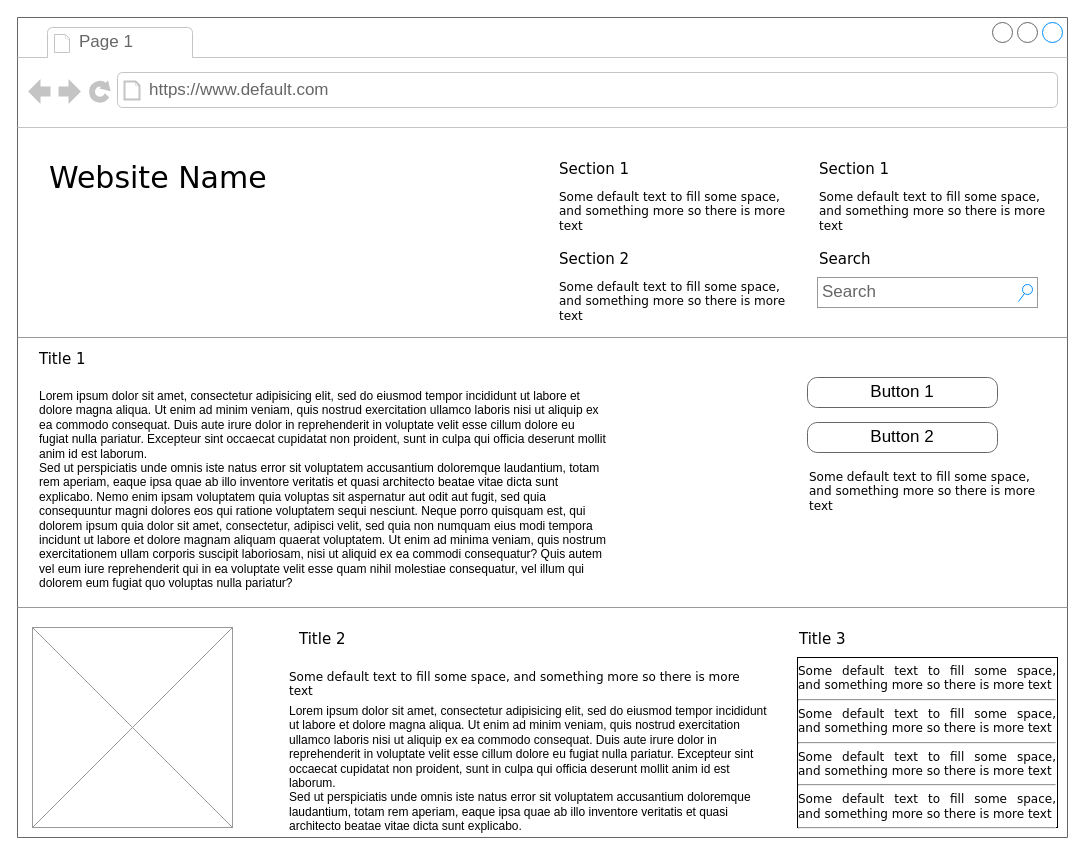
Earlier version of the draw.io diagram page "Page-1" (1 of 2) of mockups/Untitled Diagram.drawio (bounswe/bounswe2023group2). Source tidied: cells renumbered, new cells numbered last; positions are measured from the earlier drawing's top-left corner, leaving out a move shared by most shapes. Both pictures are drawn from the tidied source at 100%, with x=0, y=0 at pixel (17, 17).
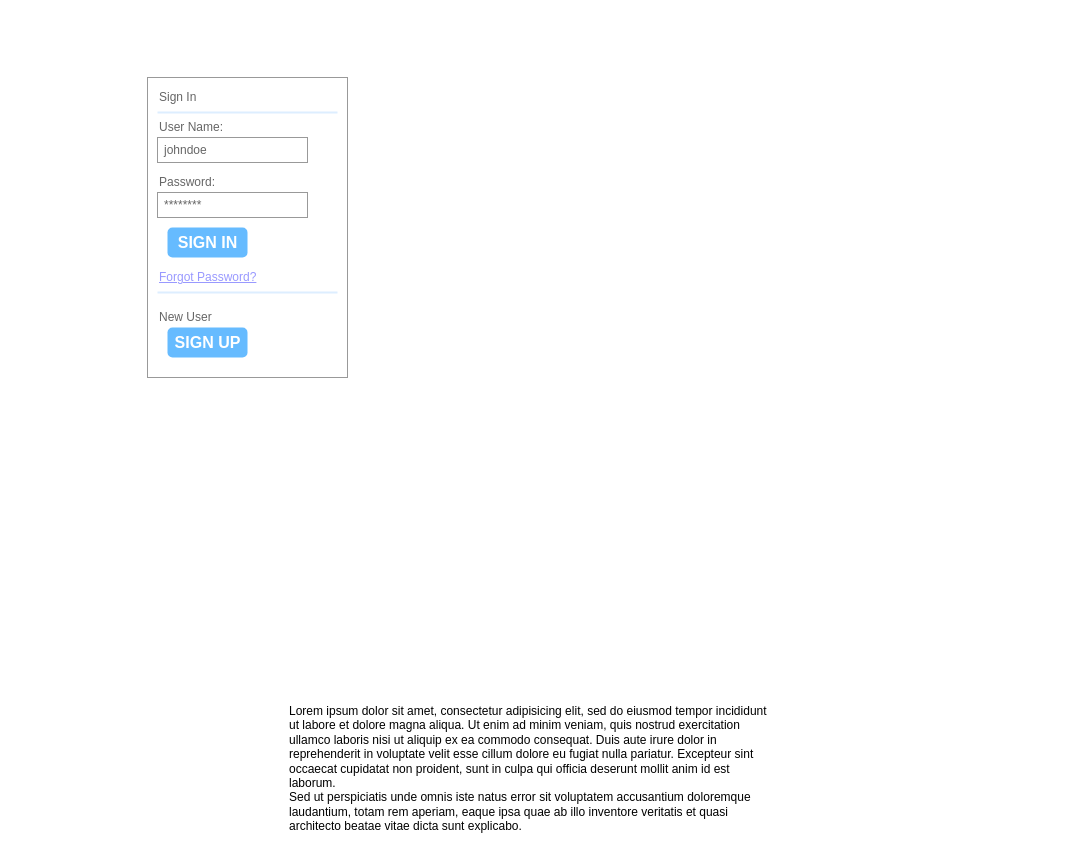
The same diagram, later.

The edit, as a diff of the source:
```diff
@@
-    <mxCell id="2" style="strokeWidth=1;shadow=0;dashed=0;align=center;html=1;shape=mxgraph.mockup.containers.browserWindow;rSize=0;strokeColor=#666666;mainText=,;rounded=0;labelBackgroundColor=none;fontFamily=Verdana;fontSize=12;" parent="1" vertex="1">
-      <mxGeometry width="1050" height="820" as="geometry" />
-    </mxCell>
-    <mxCell id="3" value="Page 1" style="strokeWidth=1;shadow=0;dashed=0;align=center;html=1;shape=mxgraph.mockup.containers.anchor;fontSize=17;fontColor=#666666;align=left;" parent="2" vertex="1">
-      <mxGeometry x="60" y="12" width="110" height="26" as="geometry" />
-    </mxCell>
-    <mxCell id="4" value="https://www.default.com" style="strokeWidth=1;shadow=0;dashed=0;align=center;html=1;shape=mxgraph.mockup.containers.anchor;rSize=0;fontSize=17;fontColor=#666666;align=left;" parent="2" vertex="1">
-      <mxGeometry x="130" y="60" width="250" height="26" as="geometry" />
-    </mxCell>
-    <mxCell id="5" value="Website Name" style="text;html=1;align=left;verticalAlign=top;spacingTop=-4;fontSize=30;fontFamily=Verdana;" parent="2" vertex="1">
-      <mxGeometry x="30" y="140" width="340" height="50" as="geometry" />
-    </mxCell>
-    <mxCell id="6" value="Section 1" style="text;html=1;align=left;verticalAlign=top;spacingTop=-4;fontSize=15;fontFamily=Verdana;" parent="2" vertex="1">
-      <mxGeometry x="540" y="140" width="170" height="30" as="geometry" />
-    </mxCell>
-    <mxCell id="7" value="Some default text to fill some space, and&amp;nbsp;&lt;span&gt;something more so there is more text&lt;/span&gt;" style="text;html=1;align=left;verticalAlign=top;spacingTop=-4;fontSize=12;fontFamily=Verdana;whiteSpace=wrap;" parent="2" vertex="1">
-      <mxGeometry x="540" y="170" width="240" height="40" as="geometry" />
-    </mxCell>
-    <mxCell id="8" value="Section 2" style="text;html=1;align=left;verticalAlign=top;spacingTop=-4;fontSize=15;fontFamily=Verdana;" parent="2" vertex="1">
-      <mxGeometry x="540" y="230" width="170" height="30" as="geometry" />
-    </mxCell>
-    <mxCell id="9" value="Some default text to fill some space, and&amp;nbsp;&lt;span&gt;something more so there is more text&lt;/span&gt;" style="text;html=1;align=left;verticalAlign=top;spacingTop=-4;fontSize=12;fontFamily=Verdana;whiteSpace=wrap;" parent="2" vertex="1">
-      <mxGeometry x="540" y="260" width="240" height="40" as="geometry" />
-    </mxCell>
-    <mxCell id="10" value="Section 1" style="text;html=1;align=left;verticalAlign=top;spacingTop=-4;fontSize=15;fontFamily=Verdana;" parent="2" vertex="1">
-      <mxGeometry x="800" y="140" width="170" height="30" as="geometry" />
-    </mxCell>
-    <mxCell id="11" value="Some default text to fill some space, and&amp;nbsp;&lt;span&gt;something more so there is more text&lt;/span&gt;" style="text;html=1;align=left;verticalAlign=top;spacingTop=-4;fontSize=12;fontFamily=Verdana;whiteSpace=wrap;" parent="2" vertex="1">
-      <mxGeometry x="800" y="170" width="240" height="40" as="geometry" />
-    </mxCell>
-    <mxCell id="12" value="Search" style="text;html=1;align=left;verticalAlign=top;spacingTop=-4;fontSize=15;fontFamily=Verdana;" parent="2" vertex="1">
-      <mxGeometry x="800" y="230" width="170" height="30" as="geometry" />
-    </mxCell>
-    <mxCell id="13" value="Search" style="strokeWidth=1;shadow=0;dashed=0;align=center;html=1;shape=mxgraph.mockup.forms.searchBox;strokeColor=#999999;mainText=;strokeColor2=#008cff;fontColor=#666666;fontSize=17;align=left;spacingLeft=3;rounded=0;labelBackgroundColor=none;" parent="2" vertex="1">
-      <mxGeometry x="800" y="260" width="220" height="30" as="geometry" />
-    </mxCell>
-    <mxCell id="14" style="verticalLabelPosition=bottom;shadow=0;dashed=0;align=center;html=1;verticalAlign=top;strokeWidth=1;shape=mxgraph.mockup.markup.line;strokeColor=#999999;rounded=0;labelBackgroundColor=none;fillColor=#ffffff;fontFamily=Verdana;fontSize=12;fontColor=#000000;" parent="2" vertex="1">
-      <mxGeometry y="310" width="1050" height="20" as="geometry" />
-    </mxCell>
-    <mxCell id="15" value="Title 1" style="text;html=1;align=left;verticalAlign=top;spacingTop=-4;fontSize=15;fontFamily=Verdana;" parent="2" vertex="1">
-      <mxGeometry x="20" y="330" width="170" height="30" as="geometry" />
-    </mxCell>
-    <mxCell id="16" value="Lorem ipsum dolor sit amet, consectetur adipisicing elit, sed do eiusmod tempor incididunt ut labore et dolore magna aliqua. Ut enim ad minim veniam, quis nostrud exercitation ullamco laboris nisi ut aliquip ex ea commodo consequat. Duis aute irure dolor in reprehenderit in voluptate velit esse cillum dolore eu fugiat nulla pariatur. Excepteur sint occaecat cupidatat non proident, sunt in culpa qui officia deserunt mollit anim id est laborum.&#10;Sed ut perspiciatis unde omnis iste natus error sit voluptatem accusantium doloremque laudantium, totam rem aperiam, eaque ipsa quae ab illo inventore veritatis et quasi architecto beatae vitae dicta sunt explicabo. Nemo enim ipsam voluptatem quia voluptas sit aspernatur aut odit aut fugit, sed quia consequuntur magni dolores eos qui ratione voluptatem sequi nesciunt. Neque porro quisquam est, qui dolorem ipsum quia dolor sit amet, consectetur, adipisci velit, sed quia non numquam eius modi tempora incidunt ut labore et dolore magnam aliquam quaerat voluptatem. Ut enim ad minima veniam, quis nostrum exercitationem ullam corporis suscipit laboriosam, nisi ut aliquid ex ea commodi consequatur? Quis autem vel eum iure reprehenderit qui in ea voluptate velit esse quam nihil molestiae consequatur, vel illum qui dolorem eum fugiat quo voluptas nulla pariatur?" style="text;spacingTop=-5;whiteSpace=wrap;html=1;align=left;fontSize=12;fontFamily=Helvetica;fillColor=none;strokeColor=none;rounded=0;shadow=1;labelBackgroundColor=none;" parent="2" vertex="1">
-      <mxGeometry x="20" y="370" width="570" height="240" as="geometry" />
-    </mxCell>
-    <mxCell id="17" value="Button 1" style="strokeWidth=1;shadow=0;dashed=0;align=center;html=1;shape=mxgraph.mockup.buttons.button;strokeColor=#666666;mainText=;buttonStyle=round;fontSize=17;fontStyle=0;fillColor=none;whiteSpace=wrap;rounded=0;labelBackgroundColor=none;" parent="2" vertex="1">
-      <mxGeometry x="790" y="360" width="190" height="30" as="geometry" />
-    </mxCell>
-    <mxCell id="18" value="Button 2" style="strokeWidth=1;shadow=0;dashed=0;align=center;html=1;shape=mxgraph.mockup.buttons.button;strokeColor=#666666;mainText=;buttonStyle=round;fontSize=17;fontStyle=0;fillColor=none;whiteSpace=wrap;rounded=0;labelBackgroundColor=none;" parent="2" vertex="1">
-      <mxGeometry x="790" y="405" width="190" height="30" as="geometry" />
-    </mxCell>
-    <mxCell id="19" value="Some default text to fill some space, and&amp;nbsp;&lt;span&gt;something more so there is more text&lt;/span&gt;" style="text;html=1;align=left;verticalAlign=top;spacingTop=-4;fontSize=12;fontFamily=Verdana;whiteSpace=wrap;" parent="2" vertex="1">
-      <mxGeometry x="790" y="450" width="240" height="40" as="geometry" />
-    </mxCell>
-    <mxCell id="20" style="verticalLabelPosition=bottom;shadow=0;dashed=0;align=center;html=1;verticalAlign=top;strokeWidth=1;shape=mxgraph.mockup.markup.line;strokeColor=#999999;rounded=0;labelBackgroundColor=none;fillColor=#ffffff;fontFamily=Verdana;fontSize=12;fontColor=#000000;" parent="2" vertex="1">
-      <mxGeometry y="580" width="1050" height="20" as="geometry" />
-    </mxCell>
-    <mxCell id="21" style="verticalLabelPosition=bottom;shadow=0;dashed=0;align=center;html=1;verticalAlign=top;strokeWidth=1;shape=mxgraph.mockup.graphics.simpleIcon;strokeColor=#999999;fillColor=#ffffff;rounded=0;labelBackgroundColor=none;fontFamily=Verdana;fontSize=12;fontColor=#000000;" parent="2" vertex="1">
-      <mxGeometry x="15" y="610" width="200" height="200" as="geometry" />
-    </mxCell>
-    <mxCell id="22" value="Title 2" style="text;html=1;align=left;verticalAlign=top;spacingTop=-4;fontSize=15;fontFamily=Verdana;" parent="2" vertex="1">
-      <mxGeometry x="280" y="610" width="170" height="30" as="geometry" />
-    </mxCell>
-    <mxCell id="23" value="Title 3" style="text;html=1;align=left;verticalAlign=top;spacingTop=-4;fontSize=15;fontFamily=Verdana;" parent="2" vertex="1">
-      <mxGeometry x="780" y="610" width="170" height="30" as="geometry" />
-    </mxCell>
-    <mxCell id="24" value="&lt;div style=&quot;text-align: justify&quot;&gt;&lt;span&gt;Some default text to fill some space, and&amp;nbsp;&lt;/span&gt;&lt;span&gt;something more so there is more text&lt;/span&gt;&lt;/div&gt;&lt;div style=&quot;text-align: justify&quot;&gt;&lt;hr id=&quot;null&quot; style=&quot;text-align: justify&quot;&gt;&lt;span&gt;&lt;div style=&quot;text-align: justify&quot;&gt;&lt;span&gt;Some default text to fill some space, and&amp;nbsp;&lt;/span&gt;&lt;span&gt;something more so there is more text&lt;/span&gt;&lt;/div&gt;&lt;/span&gt;&lt;/div&gt;&lt;hr id=&quot;null&quot; style=&quot;text-align: justify&quot;&gt;&lt;span&gt;&lt;div style=&quot;text-align: justify&quot;&gt;&lt;span&gt;Some default text to fill some space, and&amp;nbsp;&lt;/span&gt;&lt;span&gt;something more so there is more text&lt;/span&gt;&lt;/div&gt;&lt;/span&gt;&lt;hr id=&quot;null&quot; style=&quot;text-align: justify&quot;&gt;&lt;span&gt;&lt;div style=&quot;text-align: justify&quot;&gt;&lt;span&gt;Some default text to fill some space, and&amp;nbsp;&lt;/span&gt;&lt;span&gt;something more so there is more text&lt;/span&gt;&lt;/div&gt;&lt;/span&gt;&lt;hr id=&quot;null&quot; style=&quot;text-align: left&quot;&gt;" style="whiteSpace=wrap;html=1;rounded=0;shadow=0;labelBackgroundColor=none;strokeWidth=1;fontFamily=Verdana;fontSize=12;align=center;verticalAlign=top;" parent="2" vertex="1">
-      <mxGeometry x="780" y="640" width="260" height="170" as="geometry" />
-    </mxCell>
-    <mxCell id="25" value="Some default text to fill some space, and&amp;nbsp;&lt;span&gt;something more so there is more text&lt;/span&gt;" style="text;html=1;align=left;verticalAlign=top;spacingTop=-4;fontSize=12;fontFamily=Verdana;whiteSpace=wrap;" parent="2" vertex="1">
-      <mxGeometry x="270" y="650" width="470" height="40" as="geometry" />
-    </mxCell>
@@
+    <mxCell id="27" style="strokeWidth=1;shadow=0;dashed=0;align=center;html=1;shape=mxgraph.mockup.forms.rrect;rSize=0;strokeColor=#999999;fillColor=#ffffff;" parent="1" vertex="1">
+      <mxGeometry x="130" y="60" width="200" height="300" as="geometry" />
+    </mxCell>
+    <mxCell id="28" value="Sign In" style="strokeWidth=1;shadow=0;dashed=0;align=center;html=1;shape=mxgraph.mockup.forms.anchor;fontSize=12;fontColor=#666666;align=left;spacingLeft=0;" parent="27" vertex="1">
+      <mxGeometry width="100" height="20" relative="1" as="geometry">
+        <mxPoint x="10" y="10" as="offset" />
+      </mxGeometry>
+    </mxCell>
+    <mxCell id="29" style="shape=line;strokeColor=#ddeeff;strokeWidth=2;html=1;" parent="27" vertex="1">
+      <mxGeometry width="180" height="10" relative="1" as="geometry">
+        <mxPoint x="10" y="30" as="offset" />
+      </mxGeometry>
+    </mxCell>
+    <mxCell id="30" value="User Name:" style="strokeWidth=1;shadow=0;dashed=0;align=center;html=1;shape=mxgraph.mockup.forms.anchor;fontSize=12;fontColor=#666666;align=left;spacingLeft=0;" parent="27" vertex="1">
+      <mxGeometry width="100" height="20" relative="1" as="geometry">
+        <mxPoint x="10" y="40" as="offset" />
+      </mxGeometry>
+    </mxCell>
+    <mxCell id="31" value="johndoe" style="strokeWidth=1;shadow=0;dashed=0;align=center;html=1;shape=mxgraph.mockup.forms.rrect;rSize=0;strokeColor=#999999;fontColor=#666666;align=left;spacingLeft=5;" parent="27" vertex="1">
+      <mxGeometry width="150" height="25" relative="1" as="geometry">
+        <mxPoint x="10" y="60" as="offset" />
+      </mxGeometry>
+    </mxCell>
+    <mxCell id="32" value="Password:" style="strokeWidth=1;shadow=0;dashed=0;align=center;html=1;shape=mxgraph.mockup.forms.anchor;fontSize=12;fontColor=#666666;align=left;spacingLeft=0;" parent="27" vertex="1">
+      <mxGeometry width="100" height="20" relative="1" as="geometry">
+        <mxPoint x="10" y="95" as="offset" />
+      </mxGeometry>
+    </mxCell>
+    <mxCell id="33" value="********" style="strokeWidth=1;shadow=0;dashed=0;align=center;html=1;shape=mxgraph.mockup.forms.rrect;rSize=0;strokeColor=#999999;fontColor=#666666;align=left;spacingLeft=5;" parent="27" vertex="1">
+      <mxGeometry width="150" height="25" relative="1" as="geometry">
+        <mxPoint x="10" y="115" as="offset" />
+      </mxGeometry>
+    </mxCell>
+    <mxCell id="34" value="SIGN IN" style="strokeWidth=1;shadow=0;dashed=0;align=center;html=1;shape=mxgraph.mockup.forms.rrect;rSize=5;strokeColor=none;fontColor=#ffffff;fillColor=#66bbff;fontSize=16;fontStyle=1;" parent="27" vertex="1">
+      <mxGeometry y="1" width="80" height="30" relative="1" as="geometry">
+        <mxPoint x="20" y="-150" as="offset" />
+      </mxGeometry>
+    </mxCell>
+    <mxCell id="35" value="Forgot Password?" style="strokeWidth=1;shadow=0;dashed=0;align=center;html=1;shape=mxgraph.mockup.forms.anchor;fontSize=12;fontColor=#9999ff;align=left;spacingLeft=0;fontStyle=4;" parent="27" vertex="1">
+      <mxGeometry y="1" width="150" height="20" relative="1" as="geometry">
+        <mxPoint x="10" y="-110" as="offset" />
+      </mxGeometry>
+    </mxCell>
+    <mxCell id="36" style="shape=line;strokeColor=#ddeeff;strokeWidth=2;html=1;" parent="27" vertex="1">
+      <mxGeometry y="1" width="180" height="10" relative="1" as="geometry">
+        <mxPoint x="10" y="-90" as="offset" />
+      </mxGeometry>
+    </mxCell>
+    <mxCell id="37" value="New User" style="strokeWidth=1;shadow=0;dashed=0;align=center;html=1;shape=mxgraph.mockup.forms.anchor;fontSize=12;fontColor=#666666;align=left;spacingLeft=0;" parent="27" vertex="1">
+      <mxGeometry y="1" width="150" height="20" relative="1" as="geometry">
+        <mxPoint x="10" y="-70" as="offset" />
+      </mxGeometry>
+    </mxCell>
+    <mxCell id="38" value="SIGN UP" style="strokeWidth=1;shadow=0;dashed=0;align=center;html=1;shape=mxgraph.mockup.forms.rrect;rSize=5;strokeColor=none;fontColor=#ffffff;fillColor=#66bbff;fontSize=16;fontStyle=1;" parent="27" vertex="1">
+      <mxGeometry y="1" width="80" height="30" relative="1" as="geometry">
+        <mxPoint x="20" y="-50" as="offset" />
+      </mxGeometry>
+    </mxCell>
```
